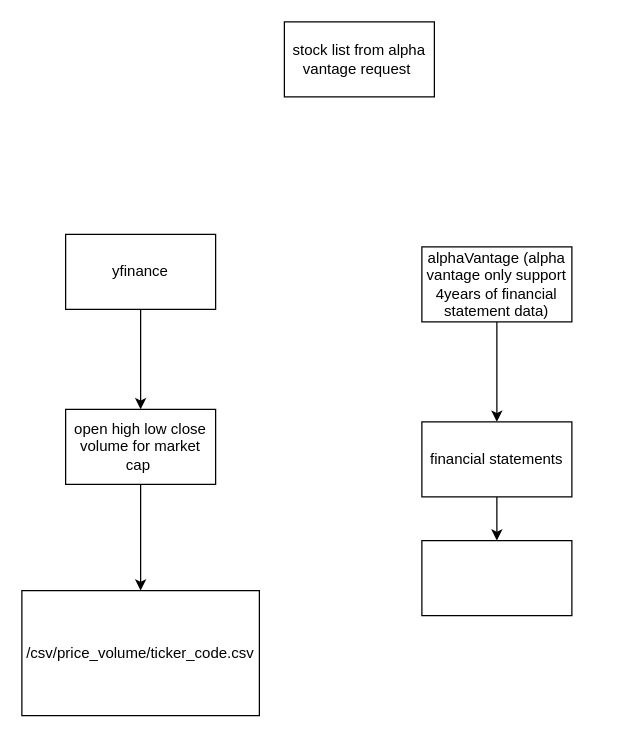
Before: page "database" (3 of 3) of investCal.drawio in navilo314hku/investment_calculator, a draw.io diagram. Source tidied: cells renumbered, new cells numbered last; positions are measured from the earlier drawing's top-left corner, leaving out a move shared by most shapes. Both pictures are drawn from the tidied source at 125%, with x=0, y=0 at pixel (21, 21).
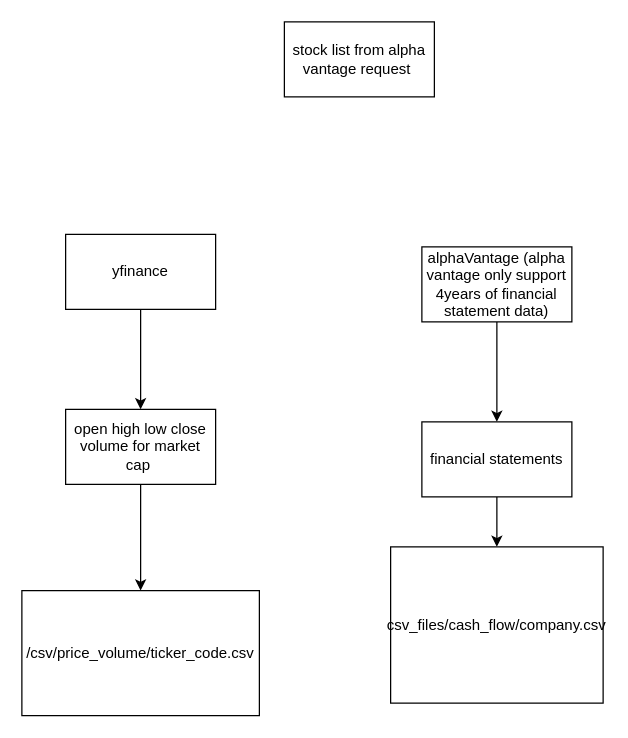
The same page after the edit.

Change to the diagram source:
```diff
@@
 <mxGraphModel>
   <root>
     <mxCell id="0" />
     <mxCell id="1" parent="0" />
     <mxCell id="2" style="edgeStyle=orthogonalEdgeStyle;rounded=0;jettySize=auto;html=1;" parent="1" edge="1" source="3" target="5">
       <mxGeometry relative="1" as="geometry" />
     </mxCell>
     <mxCell id="3" value="yfinance" style="whiteSpace=wrap;html=1;" parent="1" vertex="1">
       <mxGeometry x="35" y="170" width="120" height="60" as="geometry" />
     </mxCell>
     <mxCell id="4" style="edgeStyle=orthogonalEdgeStyle;rounded=0;jettySize=auto;html=1;" parent="1" edge="1" source="5" target="6">
       <mxGeometry relative="1" as="geometry" />
     </mxCell>
     <mxCell id="5" value="open high low close volume for market cap&amp;nbsp;" style="whiteSpace=wrap;html=1;" parent="1" vertex="1">
       <mxGeometry x="35" y="310" width="120" height="60" as="geometry" />
     </mxCell>
     <mxCell id="6" value="/csv/price_volume/ticker_code.csv" style="whiteSpace=wrap;html=1;" parent="1" vertex="1">
       <mxGeometry y="455" width="190" height="100" as="geometry" />
     </mxCell>
     <mxCell id="7" style="edgeStyle=orthogonalEdgeStyle;rounded=0;jettySize=auto;html=1;" parent="1" edge="1" source="8" target="10">
       <mxGeometry relative="1" as="geometry" />
     </mxCell>
     <mxCell id="8" value="alphaVantage (alpha vantage only support 4years of financial statement data)" style="whiteSpace=wrap;html=1;" parent="1" vertex="1">
       <mxGeometry x="320" y="180" width="120" height="60" as="geometry" />
     </mxCell>
     <mxCell id="9" style="edgeStyle=orthogonalEdgeStyle;rounded=0;jettySize=auto;html=1;" parent="1" edge="1" source="10" target="11">
       <mxGeometry relative="1" as="geometry" />
     </mxCell>
     <mxCell id="10" value="financial statements" style="whiteSpace=wrap;html=1;" parent="1" vertex="1">
       <mxGeometry x="320" y="320" width="120" height="60" as="geometry" />
     </mxCell>
-    <mxCell id="11" style="whiteSpace=wrap;html=1;" parent="1" vertex="1">
-      <mxGeometry x="320" y="415" width="120" height="60" as="geometry" />
+    <mxCell id="11" value="csv_files/cash_flow/company.csv" style="whiteSpace=wrap;html=1;" parent="1" vertex="1">
+      <mxGeometry x="295" y="420" width="170" height="125" as="geometry" />
     </mxCell>
     <mxCell id="12" value="stock list from alpha vantage request&amp;nbsp;" style="whiteSpace=wrap;html=1;" parent="1" vertex="1">
       <mxGeometry x="210" width="120" height="60" as="geometry" />
     </mxCell>
   </root>
 </mxGraphModel>
```
